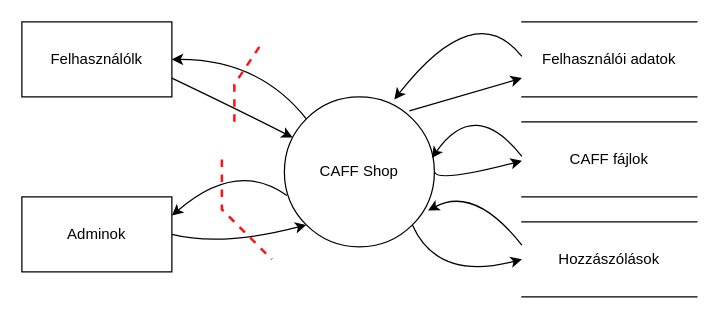
Before: page "Page-1" (1 of 2) of img/integrity.drawio in Matyi98/Szamitogep-biztonsag-VIHIMA06, a draw.io diagram. Source tidied: cells renumbered, new cells numbered last; positions are measured from the earlier drawing's top-left corner, leaving out a move shared by most shapes. Both pictures are drawn from the tidied source at 125%, with x=0, y=0 at pixel (21, -4).
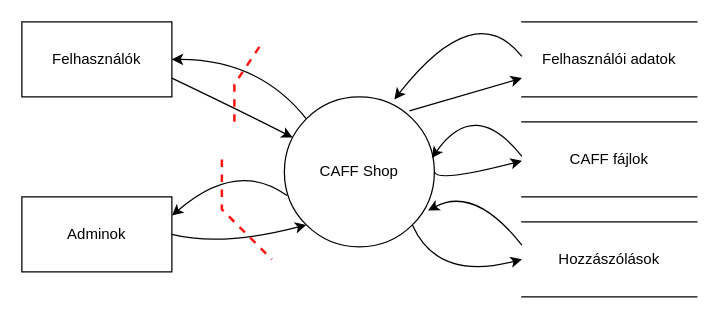
Above is the later version.

Commit message (it also covers changes not shown here):
Fix integrity diagram

The edit, as a diff of the source:
```diff
@@
-<mxGraphModel>
+<mxGraphModel background="#ffffff">
@@
-    <mxCell id="3" value="Felhasználólk" style="rounded=0;whiteSpace=wrap;html=1;" parent="1" vertex="1">
+    <mxCell id="3" value="Felhasználók" style="rounded=0;whiteSpace=wrap;html=1;" parent="1" vertex="1">
       <mxGeometry y="20" width="120" height="60" as="geometry" />
     </mxCell>
```
